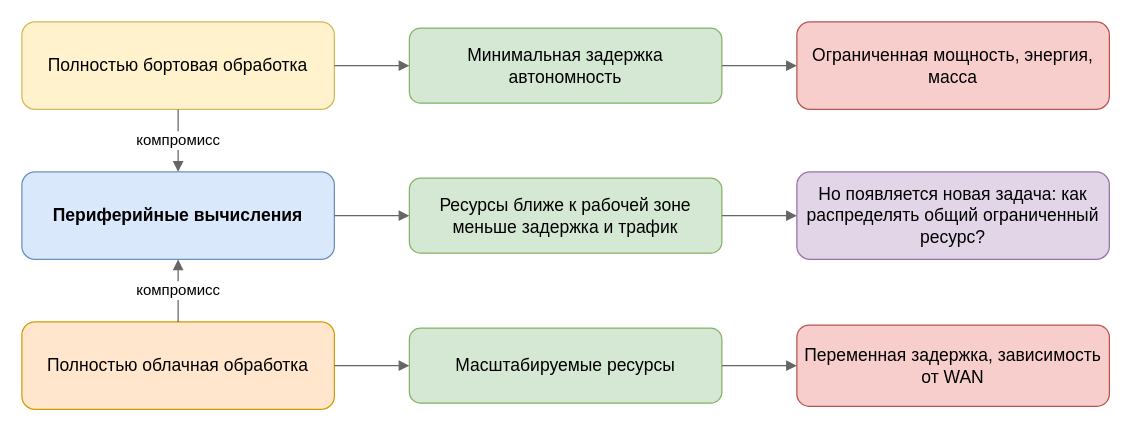
Above: Dissertation/images/drawio/ch1_edge_need_concept.drawio in Dima12101/SPbU-Phd-LaTeX-Dissertation (draw.io), before the change. Source tidied: cells renumbered, new cells numbered last; positions are measured from the earlier drawing's top-left corner, leaving out a move shared by most shapes. Both pictures are drawn from the tidied source at 125%, with x=0, y=0 at pixel (21, 21).
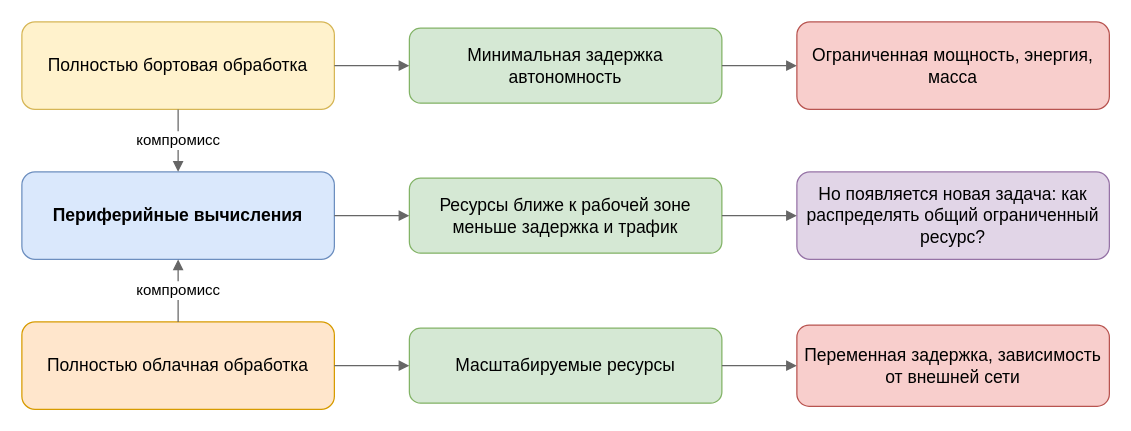
After the change.

What changed in the source:
```diff
@@
 <mxGraphModel>
   <root>
     <mxCell id="0" />
     <mxCell id="1" parent="0" />
     <mxCell id="2" value="Полностью бортовая обработка" style="rounded=1;whiteSpace=wrap;html=1;fillColor=#fff2cc;strokeColor=#d6b656;fontSize=14;" parent="1" vertex="1">
       <mxGeometry width="250" height="70" as="geometry" />
     </mxCell>
     <mxCell id="3" value="Минимальная задержка автономность" style="rounded=1;whiteSpace=wrap;html=1;strokeColor=#82b366;fillColor=#d5e8d4;fontSize=14;" parent="1" vertex="1">
       <mxGeometry x="310" y="5" width="250" height="60" as="geometry" />
     </mxCell>
     <mxCell id="4" value="Ограниченная мощность, энергия, масса" style="rounded=1;whiteSpace=wrap;html=1;strokeColor=#b85450;fillColor=#f8cecc;fontSize=14;" parent="1" vertex="1">
       <mxGeometry x="620" width="250" height="70" as="geometry" />
     </mxCell>
     <mxCell id="5" value="Полностью облачная обработка" style="rounded=1;whiteSpace=wrap;html=1;fillColor=#ffe6cc;strokeColor=#d79b00;fontSize=14;" parent="1" vertex="1">
       <mxGeometry y="240" width="250" height="70" as="geometry" />
     </mxCell>
     <mxCell id="6" value="Масштабируемые ресурсы" style="rounded=1;whiteSpace=wrap;html=1;strokeColor=#82b366;fillColor=#d5e8d4;fontSize=14;" parent="1" vertex="1">
       <mxGeometry x="310" y="245" width="250" height="60" as="geometry" />
     </mxCell>
-    <mxCell id="7" value="Переменная задержка, зависимость от WAN" style="rounded=1;whiteSpace=wrap;html=1;strokeColor=#b85450;fillColor=#f8cecc;fontSize=14;" parent="1" vertex="1">
+    <mxCell id="7" value="Переменная задержка, зависимость от внешней сети" style="rounded=1;whiteSpace=wrap;html=1;strokeColor=#b85450;fillColor=#f8cecc;fontSize=14;" parent="1" vertex="1">
       <mxGeometry x="620" y="242.5" width="250" height="65" as="geometry" />
     </mxCell>
     <mxCell id="8" value="Периферийные вычисления" style="rounded=1;whiteSpace=wrap;html=1;fillColor=#dae8fc;strokeColor=#6c8ebf;fontSize=14;fontStyle=1;" parent="1" vertex="1">
       <mxGeometry y="120" width="250" height="70" as="geometry" />
     </mxCell>
     <mxCell id="9" value="Ресурсы ближе к рабочей зоне меньше задержка и трафик" style="rounded=1;whiteSpace=wrap;html=1;strokeColor=#82b366;fillColor=#d5e8d4;fontSize=14;" parent="1" vertex="1">
       <mxGeometry x="310" y="125" width="250" height="60" as="geometry" />
     </mxCell>
     <mxCell id="10" value="Но появляется новая задача: как распределять общий ограниченный ресурс?" style="rounded=1;whiteSpace=wrap;html=1;fillColor=#E1D5E7;strokeColor=#9673A6;fontSize=14;" parent="1" vertex="1">
       <mxGeometry x="620" y="120" width="250" height="70" as="geometry" />
     </mxCell>
     <mxCell id="11" style="edgeStyle=orthogonalEdgeStyle;rounded=0;jettySize=auto;html=1;endArrow=block;endFill=1;strokeColor=#666666;fontSize=12;" parent="1" edge="1" source="2" target="3">
       <mxGeometry relative="1" as="geometry" />
     </mxCell>
     <mxCell id="12" style="edgeStyle=orthogonalEdgeStyle;rounded=0;jettySize=auto;html=1;endArrow=block;endFill=1;strokeColor=#666666;fontSize=12;" parent="1" edge="1" source="3" target="4">
       <mxGeometry relative="1" as="geometry" />
     </mxCell>
     <mxCell id="13" style="edgeStyle=orthogonalEdgeStyle;rounded=0;jettySize=auto;html=1;endArrow=block;endFill=1;strokeColor=#666666;fontSize=12;" parent="1" edge="1" source="5" target="6">
       <mxGeometry relative="1" as="geometry" />
     </mxCell>
     <mxCell id="14" style="edgeStyle=orthogonalEdgeStyle;rounded=0;jettySize=auto;html=1;endArrow=block;endFill=1;strokeColor=#666666;fontSize=12;" parent="1" edge="1" source="6" target="7">
       <mxGeometry relative="1" as="geometry" />
     </mxCell>
     <mxCell id="15" value="компромисс" style="edgeStyle=orthogonalEdgeStyle;rounded=0;jettySize=auto;html=1;endArrow=block;endFill=1;strokeColor=#666666;fontSize=12;exitX=0.5;exitY=1;exitDx=0;exitDy=0;" parent="1" edge="1" source="2" target="8">
       <mxGeometry relative="1" as="geometry" />
     </mxCell>
     <mxCell id="16" value="компромисс" style="edgeStyle=orthogonalEdgeStyle;rounded=0;jettySize=auto;html=1;endArrow=block;endFill=1;strokeColor=#666666;fontSize=12;exitX=0.5;exitY=0;exitDx=0;exitDy=0;" parent="1" edge="1" source="5" target="8">
       <mxGeometry relative="1" as="geometry" />
     </mxCell>
     <mxCell id="17" style="edgeStyle=orthogonalEdgeStyle;rounded=0;jettySize=auto;html=1;endArrow=block;endFill=1;strokeColor=#666666;fontSize=12;" parent="1" edge="1" source="8" target="9">
       <mxGeometry relative="1" as="geometry" />
     </mxCell>
     <mxCell id="18" style="edgeStyle=orthogonalEdgeStyle;rounded=0;jettySize=auto;html=1;endArrow=block;endFill=1;strokeColor=#666666;fontSize=12;" parent="1" edge="1" source="9" target="10">
       <mxGeometry relative="1" as="geometry" />
     </mxCell>
   </root>
 </mxGraphModel>
```
